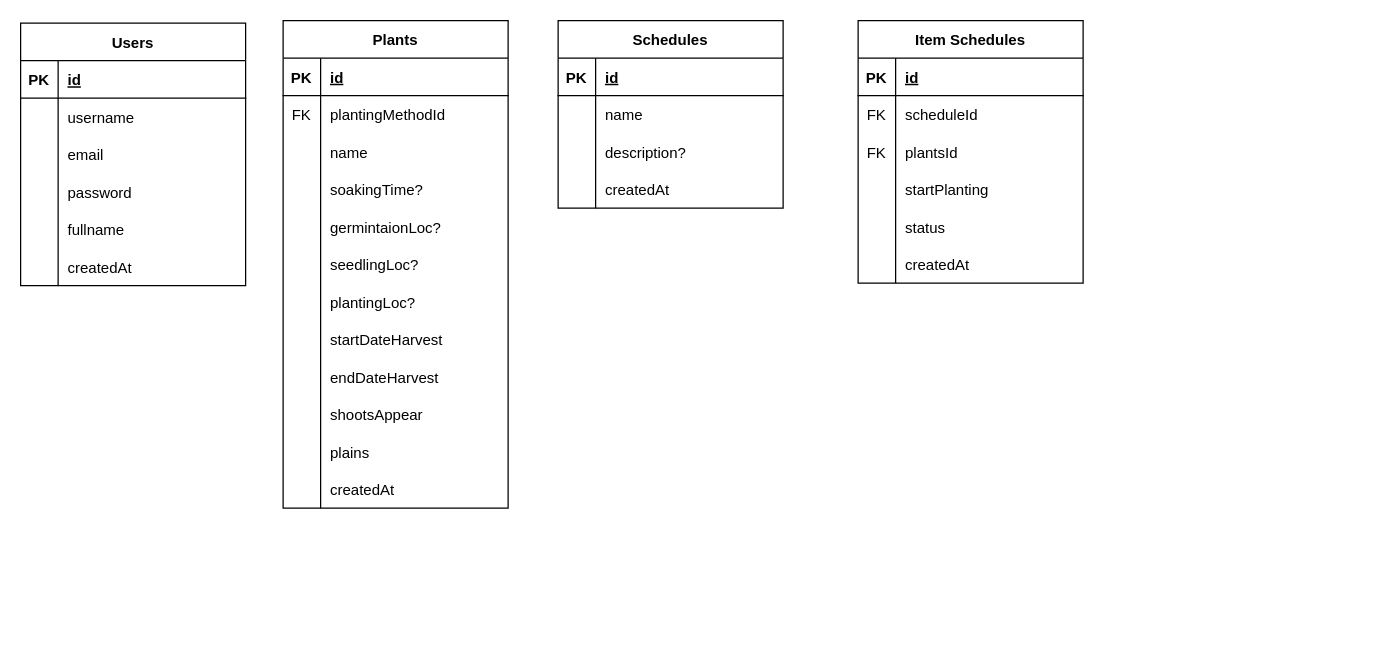
agyanatma/plant-scheduler-service keeps this draw.io diagram as ERD.drawio. Above is the earlier version. Source tidied: cells renumbered, new cells numbered last; positions are measured from the earlier drawing's top-left corner, leaving out a move shared by most shapes. Both pictures are drawn from the tidied source at 125%, with x=0, y=0 at pixel (20, 20).
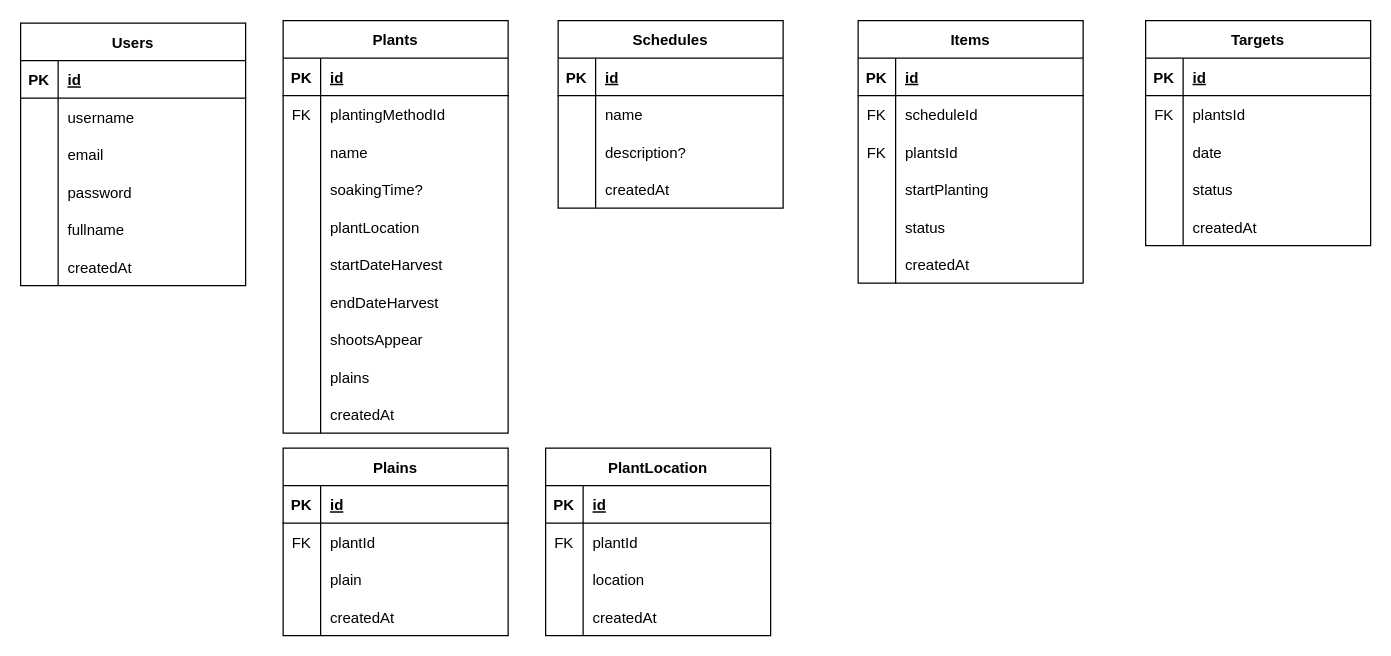
Above is the later version.

The edit, as a diff of the source:
```diff
@@
     <mxCell id="21" value="Plants" style="shape=table;startSize=30;childLayout=tableLayout;rowLines=0;fontStyle=1;align=center;" parent="1" vertex="1">
-      <mxGeometry x="210" width="180" height="390" as="geometry" />
+      <mxGeometry x="210" width="180" height="330" as="geometry" />
     </mxCell>
@@
-    <mxCell id="34" style="shape=tableRow;horizontal=0;startSize=0;swimlaneHead=0;swimlaneBody=0;fillColor=none;top=0;left=0;right=0;bottom=0;" parent="21" vertex="1">
-      <mxGeometry y="150" width="180" height="30" as="geometry" />
-    </mxCell>
-    <mxCell id="35" style="shape=partialRectangle;fillColor=none;top=0;left=0;bottom=0;right=0;overflow=hidden;" parent="34" vertex="1">
-      <mxGeometry width="30" height="30" as="geometry" />
-    </mxCell>
-    <mxCell id="36" value="germintaionLoc?" style="shape=partialRectangle;fillColor=none;top=0;left=0;bottom=0;right=0;align=left;spacingLeft=6;overflow=hidden;" parent="34" vertex="1">
-      <mxGeometry x="30" width="150" height="30" as="geometry" />
-    </mxCell>
-    <mxCell id="37" style="shape=tableRow;horizontal=0;startSize=0;swimlaneHead=0;swimlaneBody=0;fillColor=none;top=0;left=0;right=0;bottom=0;" parent="21" vertex="1">
-      <mxGeometry y="180" width="180" height="30" as="geometry" />
-    </mxCell>
-    <mxCell id="38" style="shape=partialRectangle;fillColor=none;top=0;left=0;bottom=0;right=0;overflow=hidden;" parent="37" vertex="1">
-      <mxGeometry width="30" height="30" as="geometry" />
-    </mxCell>
-    <mxCell id="39" value="seedlingLoc?" style="shape=partialRectangle;fillColor=none;top=0;left=0;bottom=0;right=0;align=left;spacingLeft=6;overflow=hidden;" parent="37" vertex="1">
-      <mxGeometry x="30" width="150" height="30" as="geometry" />
-    </mxCell>
-    <mxCell id="40" style="shape=tableRow;horizontal=0;startSize=0;swimlaneHead=0;swimlaneBody=0;fillColor=none;top=0;left=0;right=0;bottom=0;" parent="21" vertex="1">
-      <mxGeometry y="210" width="180" height="30" as="geometry" />
-    </mxCell>
-    <mxCell id="41" style="shape=partialRectangle;fillColor=none;top=0;left=0;bottom=0;right=0;overflow=hidden;" parent="40" vertex="1">
-      <mxGeometry width="30" height="30" as="geometry" />
-    </mxCell>
-    <mxCell id="42" value="plantingLoc?" style="shape=partialRectangle;fillColor=none;top=0;left=0;bottom=0;right=0;align=left;spacingLeft=6;overflow=hidden;" parent="40" vertex="1">
-      <mxGeometry x="30" width="150" height="30" as="geometry" />
-    </mxCell>
+    <mxCell id="90" style="shape=tableRow;horizontal=0;startSize=0;swimlaneHead=0;swimlaneBody=0;fillColor=none;top=0;left=0;right=0;bottom=0;" parent="21" vertex="1">
+      <mxGeometry y="150" width="180" height="30" as="geometry" />
+    </mxCell>
+    <mxCell id="91" style="shape=partialRectangle;fillColor=none;top=0;left=0;bottom=0;right=0;overflow=hidden;" parent="90" vertex="1">
+      <mxGeometry width="30" height="30" as="geometry" />
+    </mxCell>
+    <mxCell id="92" value="plantLocation" style="shape=partialRectangle;fillColor=none;top=0;left=0;bottom=0;right=0;align=left;spacingLeft=6;overflow=hidden;" parent="90" vertex="1">
+      <mxGeometry x="30" width="150" height="30" as="geometry" />
+    </mxCell>
     <mxCell id="43" style="shape=tableRow;horizontal=0;startSize=0;swimlaneHead=0;swimlaneBody=0;fillColor=none;top=0;left=0;right=0;bottom=0;" parent="21" vertex="1">
-      <mxGeometry y="240" width="180" height="30" as="geometry" />
+      <mxGeometry y="180" width="180" height="30" as="geometry" />
     </mxCell>
@@
     <mxCell id="46" style="shape=tableRow;horizontal=0;startSize=0;swimlaneHead=0;swimlaneBody=0;fillColor=none;top=0;left=0;right=0;bottom=0;" parent="21" vertex="1">
-      <mxGeometry y="270" width="180" height="30" as="geometry" />
+      <mxGeometry y="210" width="180" height="30" as="geometry" />
     </mxCell>
@@
     <mxCell id="49" style="shape=tableRow;horizontal=0;startSize=0;swimlaneHead=0;swimlaneBody=0;fillColor=none;top=0;left=0;right=0;bottom=0;" parent="21" vertex="1">
-      <mxGeometry y="300" width="180" height="30" as="geometry" />
+      <mxGeometry y="240" width="180" height="30" as="geometry" />
     </mxCell>
@@
     <mxCell id="52" style="shape=tableRow;horizontal=0;startSize=0;swimlaneHead=0;swimlaneBody=0;fillColor=none;top=0;left=0;right=0;bottom=0;" parent="21" vertex="1">
-      <mxGeometry y="330" width="180" height="30" as="geometry" />
+      <mxGeometry y="270" width="180" height="30" as="geometry" />
     </mxCell>
@@
     <mxCell id="55" style="shape=tableRow;horizontal=0;startSize=0;swimlaneHead=0;swimlaneBody=0;fillColor=none;top=0;left=0;right=0;bottom=0;" parent="21" vertex="1">
-      <mxGeometry y="360" width="180" height="30" as="geometry" />
+      <mxGeometry y="300" width="180" height="30" as="geometry" />
     </mxCell>
@@
-    <mxCell id="71" value="Item Schedules" style="shape=table;startSize=30;childLayout=tableLayout;rowLines=0;fontStyle=1;align=center;" parent="1" vertex="1">
+    <mxCell id="71" value="Items" style="shape=table;startSize=30;childLayout=tableLayout;rowLines=0;fontStyle=1;align=center;" parent="1" vertex="1">
       <mxGeometry x="670" width="180" height="210" as="geometry" />
     </mxCell>
@@
+    <mxCell id="93" value="Targets" style="shape=table;startSize=30;childLayout=tableLayout;rowLines=0;fontStyle=1;align=center;" parent="1" vertex="1">
+      <mxGeometry x="900" width="180" height="180" as="geometry" />
+    </mxCell>
+    <mxCell id="94" style="shape=tableRow;horizontal=0;startSize=0;swimlaneHead=0;swimlaneBody=0;fillColor=none;top=0;left=0;right=0;bottom=1;" parent="93" vertex="1">
+      <mxGeometry y="30" width="180" height="30" as="geometry" />
+    </mxCell>
+    <mxCell id="95" value="PK" style="shape=partialRectangle;fillColor=none;top=0;left=0;bottom=0;right=0;fontStyle=1;overflow=hidden;" parent="94" vertex="1">
+      <mxGeometry width="30" height="30" as="geometry" />
+    </mxCell>
+    <mxCell id="96" value="id" style="shape=partialRectangle;fillColor=none;top=0;left=0;bottom=0;right=0;align=left;spacingLeft=6;fontStyle=5;overflow=hidden;" parent="94" vertex="1">
+      <mxGeometry x="30" width="150" height="30" as="geometry" />
+    </mxCell>
+    <mxCell id="97" style="shape=tableRow;horizontal=0;startSize=0;swimlaneHead=0;swimlaneBody=0;fillColor=none;top=0;left=0;right=0;bottom=0;" parent="93" vertex="1">
+      <mxGeometry y="60" width="180" height="30" as="geometry" />
+    </mxCell>
+    <mxCell id="98" value="FK" style="shape=partialRectangle;fillColor=none;top=0;left=0;bottom=0;right=0;overflow=hidden;" parent="97" vertex="1">
+      <mxGeometry width="30" height="30" as="geometry" />
+    </mxCell>
+    <mxCell id="99" value="plantsId" style="shape=partialRectangle;fillColor=none;top=0;left=0;bottom=0;right=0;align=left;spacingLeft=6;overflow=hidden;" parent="97" vertex="1">
+      <mxGeometry x="30" width="150" height="30" as="geometry" />
+    </mxCell>
+    <mxCell id="100" style="shape=tableRow;horizontal=0;startSize=0;swimlaneHead=0;swimlaneBody=0;fillColor=none;top=0;left=0;right=0;bottom=0;" parent="93" vertex="1">
+      <mxGeometry y="90" width="180" height="30" as="geometry" />
+    </mxCell>
+    <mxCell id="101" style="shape=partialRectangle;fillColor=none;top=0;left=0;bottom=0;right=0;overflow=hidden;" parent="100" vertex="1">
+      <mxGeometry width="30" height="30" as="geometry" />
+    </mxCell>
+    <mxCell id="102" value="date" style="shape=partialRectangle;fillColor=none;top=0;left=0;bottom=0;right=0;align=left;spacingLeft=6;overflow=hidden;" parent="100" vertex="1">
+      <mxGeometry x="30" width="150" height="30" as="geometry" />
+    </mxCell>
+    <mxCell id="103" style="shape=tableRow;horizontal=0;startSize=0;swimlaneHead=0;swimlaneBody=0;fillColor=none;top=0;left=0;right=0;bottom=0;" parent="93" vertex="1">
+      <mxGeometry y="120" width="180" height="30" as="geometry" />
+    </mxCell>
+    <mxCell id="104" style="shape=partialRectangle;fillColor=none;top=0;left=0;bottom=0;right=0;overflow=hidden;" parent="103" vertex="1">
+      <mxGeometry width="30" height="30" as="geometry" />
+    </mxCell>
+    <mxCell id="105" value="status" style="shape=partialRectangle;fillColor=none;top=0;left=0;bottom=0;right=0;align=left;spacingLeft=6;overflow=hidden;" parent="103" vertex="1">
+      <mxGeometry x="30" width="150" height="30" as="geometry" />
+    </mxCell>
+    <mxCell id="106" style="shape=tableRow;horizontal=0;startSize=0;swimlaneHead=0;swimlaneBody=0;fillColor=none;top=0;left=0;right=0;bottom=0;" parent="93" vertex="1">
+      <mxGeometry y="150" width="180" height="30" as="geometry" />
+    </mxCell>
+    <mxCell id="107" style="shape=partialRectangle;fillColor=none;top=0;left=0;bottom=0;right=0;overflow=hidden;" parent="106" vertex="1">
+      <mxGeometry width="30" height="30" as="geometry" />
+    </mxCell>
+    <mxCell id="108" value="createdAt" style="shape=partialRectangle;fillColor=none;top=0;left=0;bottom=0;right=0;align=left;spacingLeft=6;overflow=hidden;" parent="106" vertex="1">
+      <mxGeometry x="30" width="150" height="30" as="geometry" />
+    </mxCell>
+    <mxCell id="109" value="Plains" style="shape=table;startSize=30;childLayout=tableLayout;rowLines=0;fontStyle=1;align=center;" parent="1" vertex="1">
+      <mxGeometry x="210" y="342" width="180" height="150" as="geometry" />
+    </mxCell>
+    <mxCell id="110" style="shape=tableRow;horizontal=0;startSize=0;swimlaneHead=0;swimlaneBody=0;fillColor=none;top=0;left=0;right=0;bottom=1;" parent="109" vertex="1">
+      <mxGeometry y="30" width="180" height="30" as="geometry" />
+    </mxCell>
+    <mxCell id="111" value="PK" style="shape=partialRectangle;fillColor=none;top=0;left=0;bottom=0;right=0;fontStyle=1;overflow=hidden;" parent="110" vertex="1">
+      <mxGeometry width="30" height="30" as="geometry" />
+    </mxCell>
+    <mxCell id="112" value="id" style="shape=partialRectangle;fillColor=none;top=0;left=0;bottom=0;right=0;align=left;spacingLeft=6;fontStyle=5;overflow=hidden;" parent="110" vertex="1">
+      <mxGeometry x="30" width="150" height="30" as="geometry" />
+    </mxCell>
+    <mxCell id="113" style="shape=tableRow;horizontal=0;startSize=0;swimlaneHead=0;swimlaneBody=0;fillColor=none;top=0;left=0;right=0;bottom=0;" parent="109" vertex="1">
+      <mxGeometry y="60" width="180" height="30" as="geometry" />
+    </mxCell>
+    <mxCell id="114" value="FK" style="shape=partialRectangle;fillColor=none;top=0;left=0;bottom=0;right=0;overflow=hidden;" parent="113" vertex="1">
+      <mxGeometry width="30" height="30" as="geometry" />
+    </mxCell>
+    <mxCell id="115" value="plantId" style="shape=partialRectangle;fillColor=none;top=0;left=0;bottom=0;right=0;align=left;spacingLeft=6;overflow=hidden;" parent="113" vertex="1">
+      <mxGeometry x="30" width="150" height="30" as="geometry" />
+    </mxCell>
+    <mxCell id="116" style="shape=tableRow;horizontal=0;startSize=0;swimlaneHead=0;swimlaneBody=0;fillColor=none;top=0;left=0;right=0;bottom=0;" parent="109" vertex="1">
+      <mxGeometry y="90" width="180" height="30" as="geometry" />
+    </mxCell>
+    <mxCell id="117" style="shape=partialRectangle;fillColor=none;top=0;left=0;bottom=0;right=0;overflow=hidden;" parent="116" vertex="1">
+      <mxGeometry width="30" height="30" as="geometry" />
+    </mxCell>
+    <mxCell id="118" value="plain" style="shape=partialRectangle;fillColor=none;top=0;left=0;bottom=0;right=0;align=left;spacingLeft=6;overflow=hidden;" parent="116" vertex="1">
+      <mxGeometry x="30" width="150" height="30" as="geometry" />
+    </mxCell>
+    <mxCell id="119" style="shape=tableRow;horizontal=0;startSize=0;swimlaneHead=0;swimlaneBody=0;fillColor=none;top=0;left=0;right=0;bottom=0;" parent="109" vertex="1">
+      <mxGeometry y="120" width="180" height="30" as="geometry" />
+    </mxCell>
+    <mxCell id="120" style="shape=partialRectangle;fillColor=none;top=0;left=0;bottom=0;right=0;overflow=hidden;" parent="119" vertex="1">
+      <mxGeometry width="30" height="30" as="geometry" />
+    </mxCell>
+    <mxCell id="121" value="createdAt" style="shape=partialRectangle;fillColor=none;top=0;left=0;bottom=0;right=0;align=left;spacingLeft=6;overflow=hidden;" parent="119" vertex="1">
+      <mxGeometry x="30" width="150" height="30" as="geometry" />
+    </mxCell>
+    <mxCell id="122" value="PlantLocation" style="shape=table;startSize=30;childLayout=tableLayout;rowLines=0;fontStyle=1;align=center;" parent="1" vertex="1">
+      <mxGeometry x="420" y="342" width="180" height="150" as="geometry" />
+    </mxCell>
+    <mxCell id="123" style="shape=tableRow;horizontal=0;startSize=0;swimlaneHead=0;swimlaneBody=0;fillColor=none;top=0;left=0;right=0;bottom=1;" parent="122" vertex="1">
+      <mxGeometry y="30" width="180" height="30" as="geometry" />
+    </mxCell>
+    <mxCell id="124" value="PK" style="shape=partialRectangle;fillColor=none;top=0;left=0;bottom=0;right=0;fontStyle=1;overflow=hidden;" parent="123" vertex="1">
+      <mxGeometry width="30" height="30" as="geometry" />
+    </mxCell>
+    <mxCell id="125" value="id" style="shape=partialRectangle;fillColor=none;top=0;left=0;bottom=0;right=0;align=left;spacingLeft=6;fontStyle=5;overflow=hidden;" parent="123" vertex="1">
+      <mxGeometry x="30" width="150" height="30" as="geometry" />
+    </mxCell>
+    <mxCell id="126" style="shape=tableRow;horizontal=0;startSize=0;swimlaneHead=0;swimlaneBody=0;fillColor=none;top=0;left=0;right=0;bottom=0;" parent="122" vertex="1">
+      <mxGeometry y="60" width="180" height="30" as="geometry" />
+    </mxCell>
+    <mxCell id="127" value="FK" style="shape=partialRectangle;fillColor=none;top=0;left=0;bottom=0;right=0;overflow=hidden;" parent="126" vertex="1">
+      <mxGeometry width="30" height="30" as="geometry" />
+    </mxCell>
+    <mxCell id="128" value="plantId" style="shape=partialRectangle;fillColor=none;top=0;left=0;bottom=0;right=0;align=left;spacingLeft=6;overflow=hidden;" parent="126" vertex="1">
+      <mxGeometry x="30" width="150" height="30" as="geometry" />
+    </mxCell>
+    <mxCell id="129" style="shape=tableRow;horizontal=0;startSize=0;swimlaneHead=0;swimlaneBody=0;fillColor=none;top=0;left=0;right=0;bottom=0;" parent="122" vertex="1">
+      <mxGeometry y="90" width="180" height="30" as="geometry" />
+    </mxCell>
+    <mxCell id="130" style="shape=partialRectangle;fillColor=none;top=0;left=0;bottom=0;right=0;overflow=hidden;" parent="129" vertex="1">
+      <mxGeometry width="30" height="30" as="geometry" />
+    </mxCell>
+    <mxCell id="131" value="location" style="shape=partialRectangle;fillColor=none;top=0;left=0;bottom=0;right=0;align=left;spacingLeft=6;overflow=hidden;" parent="129" vertex="1">
+      <mxGeometry x="30" width="150" height="30" as="geometry" />
+    </mxCell>
+    <mxCell id="132" style="shape=tableRow;horizontal=0;startSize=0;swimlaneHead=0;swimlaneBody=0;fillColor=none;top=0;left=0;right=0;bottom=0;" parent="122" vertex="1">
+      <mxGeometry y="120" width="180" height="30" as="geometry" />
+    </mxCell>
+    <mxCell id="133" style="shape=partialRectangle;fillColor=none;top=0;left=0;bottom=0;right=0;overflow=hidden;" parent="132" vertex="1">
+      <mxGeometry width="30" height="30" as="geometry" />
+    </mxCell>
+    <mxCell id="134" value="createdAt" style="shape=partialRectangle;fillColor=none;top=0;left=0;bottom=0;right=0;align=left;spacingLeft=6;overflow=hidden;" parent="132" vertex="1">
+      <mxGeometry x="30" width="150" height="30" as="geometry" />
+    </mxCell>
```
